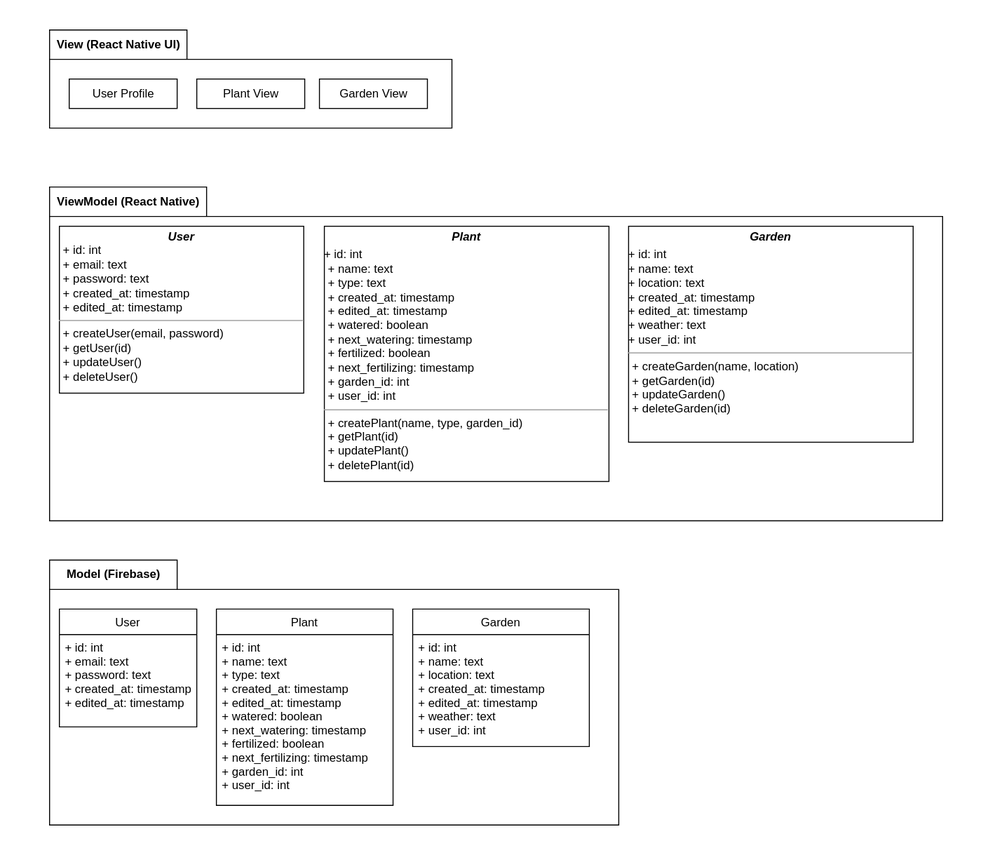
Earlier version of the draw.io export docs/assets/svg/architecturalDiagrams/logicalViewDiagram.drawio.svg (Green-Fingers-App/gardeningApp). Source tidied: cells renumbered, new cells last; positions are measured from the earlier drawing's top-left corner, leaving out a move shared by most shapes.
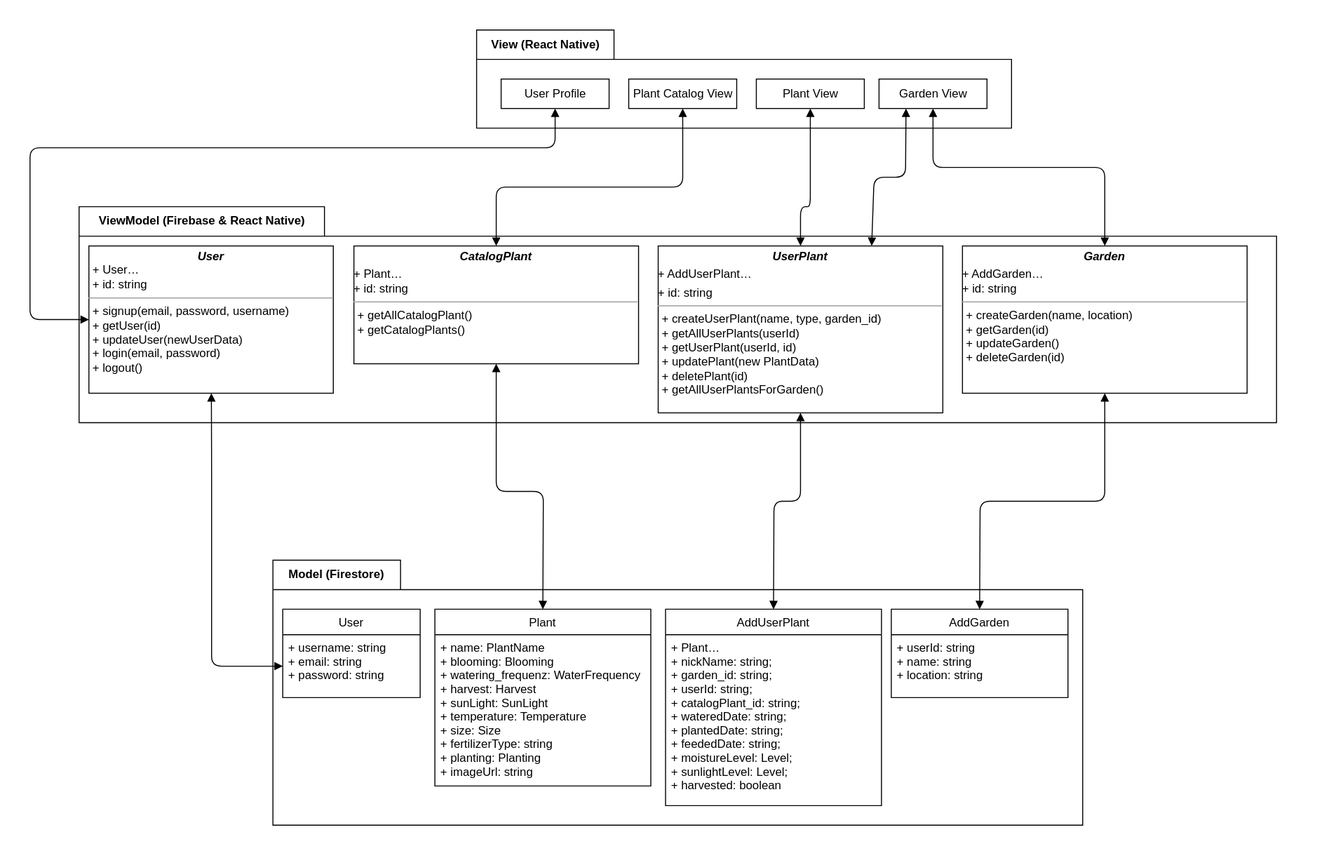
Later version of the same file.

Commit message:
Update Logical View Diagram and mvvm Diagram

The edit, as a diff of the source:
```diff
@@ -2,55 +2,140 @@
   <root>
     <mxCell id="0" />
     <mxCell id="1" parent="0" />
-    <mxCell id="2" style="rounded=0;whiteSpace=wrap;html=1;strokeColor=none;fillColor=#FFFFFF;" parent="1" vertex="1">
-      <mxGeometry width="1020" height="870" as="geometry" />
-    </mxCell>
+    <mxCell id="18" style="rounded=0;whiteSpace=wrap;html=1;strokeColor=none;fillColor=#FFFFFF;" parent="1" vertex="1">
+      <mxGeometry x="80" width="1360" height="880" as="geometry" />
+    </mxCell>
-    <mxCell id="3" value="&lt;font color=&quot;#000000&quot;&gt;View (React Native UI)&lt;/font&gt;" style="shape=folder;fontStyle=1;tabWidth=140;tabHeight=30;tabPosition=left;html=1;boundedLbl=1;labelInHeader=1;strokeColor=#000000;fillColor=#FFFFFF;" parent="1" vertex="1">
-      <mxGeometry x="50" y="30" width="410" height="100" as="geometry" />
+    <mxCell id="3" value="&lt;font color=&quot;#000000&quot;&gt;View (React Native)&lt;/font&gt;" style="shape=folder;fontStyle=1;tabWidth=140;tabHeight=30;tabPosition=left;html=1;boundedLbl=1;labelInHeader=1;strokeColor=#000000;fillColor=#FFFFFF;" parent="1" vertex="1">
+      <mxGeometry x="565" y="30" width="545" height="100" as="geometry" />
     </mxCell>
     <mxCell id="4" value="&lt;font color=&quot;#000000&quot;&gt;User Profile&lt;/font&gt;" style="html=1;strokeColor=#000000;fillColor=#FFFFFF;" parent="3" vertex="1">
       <mxGeometry width="110" height="30" relative="1" as="geometry">
-        <mxPoint x="20" y="50" as="offset" />
+        <mxPoint x="25" y="50" as="offset" />
       </mxGeometry>
     </mxCell>
     <mxCell id="5" value="&lt;font color=&quot;#000000&quot;&gt;Plant View&lt;/font&gt;" style="html=1;strokeColor=#000000;fillColor=#FFFFFF;" parent="3" vertex="1">
-      <mxGeometry x="150" y="50" width="110" height="30" as="geometry" />
+      <mxGeometry x="285" y="50" width="110" height="30" as="geometry" />
     </mxCell>
     <mxCell id="6" value="&lt;font color=&quot;#000000&quot;&gt;Garden View&lt;/font&gt;" style="html=1;strokeColor=#000000;fillColor=#FFFFFF;" parent="3" vertex="1">
-      <mxGeometry x="275" y="50" width="110" height="30" as="geometry" />
+      <mxGeometry x="410" y="50" width="110" height="30" as="geometry" />
     </mxCell>
+    <mxCell id="19" value="&lt;font color=&quot;#000000&quot;&gt;Plant Catalog View&lt;/font&gt;" style="html=1;strokeColor=#000000;fillColor=#FFFFFF;" parent="3" vertex="1">
+      <mxGeometry x="155" y="50" width="110" height="30" as="geometry" />
+    </mxCell>
-    <mxCell id="7" value="&lt;font color=&quot;#000000&quot;&gt;Model (Firebase)&lt;/font&gt;" style="shape=folder;fontStyle=1;tabWidth=130;tabHeight=30;tabPosition=left;html=1;boundedLbl=1;labelInHeader=1;strokeColor=#000000;fillColor=#FFFFFF;" parent="1" vertex="1">
-      <mxGeometry x="50" y="570" width="580" height="270" as="geometry" />
+    <mxCell id="7" value="&lt;font color=&quot;#000000&quot;&gt;Model (Firestore)&lt;/font&gt;" style="shape=folder;fontStyle=1;tabWidth=130;tabHeight=30;tabPosition=left;html=1;boundedLbl=1;labelInHeader=1;strokeColor=#000000;fillColor=#FFFFFF;" parent="1" vertex="1">
+      <mxGeometry x="357.5" y="570" width="825" height="270" as="geometry" />
     </mxCell>
     <mxCell id="8" value="User" style="swimlane;fontStyle=0;horizontal=1;startSize=26;fillColor=none;strokeColor=#000000;fontColor=#000000;" parent="7" vertex="1">
-      <mxGeometry x="10" y="50" width="140" height="120" as="geometry" />
+      <mxGeometry x="10" y="50" width="140" height="90" as="geometry" />
     </mxCell>
-    <mxCell id="9" value="+ id: int&#10;+ email: text&#10;+ password: text&#10;+ created_at: timestamp&#10;+ edited_at: timestamp" style="text;strokeColor=none;fillColor=none;align=left;verticalAlign=top;spacingLeft=4;spacingRight=4;overflow=hidden;points=[[0,0.5],[1,0.5]];portConstraint=eastwest;fontColor=#000000;" parent="8" vertex="1">
-      <mxGeometry y="26" width="140" height="94" as="geometry" />
+    <mxCell id="9" value="+ username: string&#10;+ email: string&#10;+ password: string" style="text;strokeColor=none;fillColor=none;align=left;verticalAlign=top;spacingLeft=4;spacingRight=4;overflow=hidden;points=[[0,0.5],[1,0.5]];portConstraint=eastwest;fontColor=#000000;" parent="8" vertex="1">
+      <mxGeometry y="26" width="140" height="64" as="geometry" />
     </mxCell>
     <mxCell id="10" value="Plant" style="swimlane;fontStyle=0;horizontal=1;startSize=26;fillColor=none;strokeColor=#000000;fontColor=#000000;" parent="7" vertex="1">
-      <mxGeometry x="170" y="50" width="180" height="200" as="geometry" />
+      <mxGeometry x="165" y="50" width="220" height="180" as="geometry" />
     </mxCell>
-    <mxCell id="11" value="+ id: int&#10;+ name: text&#10;+ type: text&#10;+ created_at: timestamp&#10;+ edited_at: timestamp&#10;+ watered: boolean&#10;+ next_watering: timestamp&#10;+ fertilized: boolean&#10;+ next_fertilizing: timestamp&#10;+ garden_id: int&#10;+ user_id: int" style="text;strokeColor=none;fillColor=none;align=left;verticalAlign=top;spacingLeft=4;spacingRight=4;overflow=hidden;fontColor=#000000;" parent="10" vertex="1">
-      <mxGeometry y="26" width="180" height="174" as="geometry" />
+    <mxCell id="11" value="+ name: PlantName&#10;+ blooming: Blooming&#10;+ watering_frequenz: WaterFrequency&#10;+ harvest: Harvest&#10;+ sunLight: SunLight&#10;+ temperature: Temperature&#10;+ size: Size&#10;+ fertilizerType: string&#10;+ planting: Planting&#10;+ imageUrl: string" style="text;strokeColor=none;fillColor=none;align=left;verticalAlign=top;spacingLeft=4;spacingRight=4;overflow=hidden;fontColor=#000000;" parent="10" vertex="1">
+      <mxGeometry y="26" width="220" height="154" as="geometry" />
     </mxCell>
-    <mxCell id="12" value="Garden" style="swimlane;fontStyle=0;horizontal=1;startSize=26;fillColor=none;strokeColor=#000000;fontColor=#000000;" parent="7" vertex="1">
-      <mxGeometry x="370" y="50" width="180" height="140" as="geometry" />
+    <mxCell id="12" value="AddGarden" style="swimlane;fontStyle=0;horizontal=1;startSize=26;fillColor=none;strokeColor=#000000;fontColor=#000000;" parent="7" vertex="1">
+      <mxGeometry x="630" y="50" width="180" height="90" as="geometry" />
     </mxCell>
-    <mxCell id="13" value="+ id: int&#10;+ name: text&#10;+ location: text&#10;+ created_at: timestamp&#10;+ edited_at: timestamp&#10;+ weather: text&#10;+ user_id: int" style="text;strokeColor=none;fillColor=none;align=left;verticalAlign=top;spacingLeft=4;spacingRight=4;overflow=hidden;fontColor=#000000;" parent="12" vertex="1">
-      <mxGeometry y="26" width="180" height="114" as="geometry" />
+    <mxCell id="13" value="+ userId: string&#10;+ name: string&#10;+ location: string" style="text;strokeColor=none;fillColor=none;align=left;verticalAlign=top;spacingLeft=4;spacingRight=4;overflow=hidden;fontColor=#000000;" parent="12" vertex="1">
+      <mxGeometry y="26" width="180" height="64" as="geometry" />
     </mxCell>
+    <mxCell id="20" value="AddUserPlant" style="swimlane;fontStyle=0;horizontal=1;startSize=26;fillColor=none;strokeColor=#000000;fontColor=#000000;" parent="7" vertex="1">
+      <mxGeometry x="400" y="50" width="220" height="200" as="geometry" />
+    </mxCell>
+    <mxCell id="21" value=" + Plant…&#10; + nickName: string;&#10; + garden_id: string;&#10; + userId: string;&#10; + catalogPlant_id: string;&#10; + wateredDate: string;&#10; + plantedDate: string;&#10; + feededDate: string;&#10; + moistureLevel: Level;&#10; + sunlightLevel: Level;&#10; + harvested: boolean" style="text;strokeColor=none;fillColor=none;align=left;verticalAlign=top;spacingLeft=4;spacingRight=4;overflow=hidden;fontColor=#000000;" parent="20" vertex="1">
+      <mxGeometry y="26" width="220" height="174" as="geometry" />
+    </mxCell>
-    <mxCell id="14" value="&lt;font color=&quot;#000000&quot;&gt;ViewModel (React Native)&lt;/font&gt;" style="shape=folder;fontStyle=1;tabWidth=160;tabHeight=30;tabPosition=left;html=1;boundedLbl=1;labelInHeader=1;strokeColor=#000000;fillColor=#FFFFFF;" parent="1" vertex="1">
-      <mxGeometry x="50" y="190" width="910" height="340" as="geometry" />
+    <mxCell id="14" value="&lt;font color=&quot;#000000&quot;&gt;ViewModel (Firebase &amp;amp; React Native)&lt;/font&gt;" style="shape=folder;fontStyle=1;tabWidth=250;tabHeight=30;tabPosition=left;html=1;boundedLbl=1;labelInHeader=1;strokeColor=#000000;fillColor=#FFFFFF;" parent="1" vertex="1">
+      <mxGeometry x="160" y="210" width="1220" height="220" as="geometry" />
     </mxCell>
-    <mxCell id="15" value="&lt;p style=&quot;margin:0px;margin-top:4px;text-align:center;&quot;&gt;&lt;i&gt;&lt;b&gt;User&lt;/b&gt;&lt;/i&gt;&lt;br&gt;&lt;/p&gt;&lt;p style=&quot;margin:0px;margin-left:4px;&quot;&gt;+ id: int&lt;br&gt;+ email: text&lt;/p&gt;&lt;p style=&quot;margin:0px;margin-left:4px;&quot;&gt;+ password: text&lt;/p&gt;&lt;p style=&quot;margin:0px;margin-left:4px;&quot;&gt;+ created_at: timestamp&lt;/p&gt;&lt;p style=&quot;margin:0px;margin-left:4px;&quot;&gt;+ edited_at: timestamp&lt;/p&gt;&lt;hr size=&quot;1&quot;&gt;&lt;p style=&quot;margin:0px;margin-left:4px;&quot;&gt;+ createUser(email, password)&lt;/p&gt;&lt;p style=&quot;margin:0px;margin-left:4px;&quot;&gt;+ getUser(id)&lt;/p&gt;&lt;p style=&quot;margin:0px;margin-left:4px;&quot;&gt;+ updateUser()&lt;/p&gt;&lt;p style=&quot;margin:0px;margin-left:4px;&quot;&gt;+ deleteUser()&lt;/p&gt;" style="verticalAlign=top;align=left;overflow=fill;fontSize=12;fontFamily=Helvetica;html=1;strokeColor=#000000;fontColor=#000000;fillColor=#FFFFFF;" parent="14" vertex="1">
-      <mxGeometry x="10" y="40" width="249" height="170" as="geometry" />
+    <mxCell id="15" value="&lt;p style=&quot;margin:0px;margin-top:4px;text-align:center;&quot;&gt;&lt;i&gt;&lt;b&gt;User&lt;/b&gt;&lt;/i&gt;&lt;br&gt;&lt;/p&gt;&lt;p style=&quot;margin:0px;margin-left:4px;&quot;&gt;+ User…&lt;/p&gt;&lt;p style=&quot;margin:0px;margin-left:4px;&quot;&gt;+ id: string&lt;br&gt;&lt;/p&gt;&lt;hr size=&quot;1&quot;&gt;&lt;p style=&quot;margin:0px;margin-left:4px;&quot;&gt;+ signup(email, password, username)&lt;/p&gt;&lt;p style=&quot;margin:0px;margin-left:4px;&quot;&gt;+ getUser(id)&lt;/p&gt;&lt;p style=&quot;margin:0px;margin-left:4px;&quot;&gt;+ updateUser(newUserData)&lt;/p&gt;&lt;p style=&quot;margin:0px;margin-left:4px;&quot;&gt;+ login(email, password)&lt;/p&gt;&lt;p style=&quot;margin:0px;margin-left:4px;&quot;&gt;+ logout()&lt;/p&gt;" style="verticalAlign=top;align=left;overflow=fill;fontSize=12;fontFamily=Helvetica;html=1;strokeColor=#000000;fontColor=#000000;fillColor=#FFFFFF;" parent="14" vertex="1">
+      <mxGeometry x="10" y="40" width="249" height="150" as="geometry" />
     </mxCell>
-    <mxCell id="16" value="&lt;p style=&quot;margin:0px;margin-top:4px;text-align:center;&quot;&gt;&lt;span style=&quot;background-color: initial; text-align: left;&quot;&gt;&lt;b&gt;&lt;i&gt;Plant&lt;/i&gt;&lt;/b&gt;&lt;/span&gt;&lt;/p&gt;&lt;p style=&quot;margin: 4px 0px 0px;&quot;&gt;&lt;span style=&quot;background-color: initial;&quot;&gt;&amp;nbsp;+ id: int&lt;/span&gt;&lt;br&gt;&lt;/p&gt;&lt;p style=&quot;margin:0px;margin-left:4px;&quot;&gt;+ name: text&lt;/p&gt;&lt;p style=&quot;margin:0px;margin-left:4px;&quot;&gt;+ type: text&lt;/p&gt;&lt;p style=&quot;margin:0px;margin-left:4px;&quot;&gt;+ created_at: timestamp&lt;/p&gt;&lt;p style=&quot;margin:0px;margin-left:4px;&quot;&gt;+ edited_at: timestamp&lt;/p&gt;&lt;p style=&quot;margin:0px;margin-left:4px;&quot;&gt;+ watered: boolean&lt;/p&gt;&lt;p style=&quot;margin:0px;margin-left:4px;&quot;&gt;+ next_watering: timestamp&lt;/p&gt;&lt;p style=&quot;margin:0px;margin-left:4px;&quot;&gt;+ fertilized: boolean&lt;/p&gt;&lt;p style=&quot;margin:0px;margin-left:4px;&quot;&gt;+ next_fertilizing: timestamp&lt;/p&gt;&lt;p style=&quot;margin:0px;margin-left:4px;&quot;&gt;+ garden_id: int&lt;/p&gt;&lt;p style=&quot;margin:0px;margin-left:4px;&quot;&gt;+ user_id: int&lt;br&gt;&lt;/p&gt;&lt;hr size=&quot;1&quot;&gt;&lt;p style=&quot;margin:0px;margin-left:4px;&quot;&gt;+ createPlant(name, type, garden_id)&lt;/p&gt;&lt;p style=&quot;margin:0px;margin-left:4px;&quot;&gt;+ getPlant(id)&lt;/p&gt;&lt;p style=&quot;margin:0px;margin-left:4px;&quot;&gt;+ updatePlant()&lt;/p&gt;&lt;p style=&quot;margin:0px;margin-left:4px;&quot;&gt;+ deletePlant(id)&lt;/p&gt;" style="verticalAlign=top;align=left;overflow=fill;fontSize=12;fontFamily=Helvetica;html=1;strokeColor=#000000;fontColor=#000000;fillColor=#FFFFFF;" parent="14" vertex="1">
-      <mxGeometry x="280" y="40" width="290" height="260" as="geometry" />
+    <mxCell id="16" value="&lt;p style=&quot;margin:0px;margin-top:4px;text-align:center;&quot;&gt;&lt;span style=&quot;background-color: initial; text-align: left;&quot;&gt;&lt;b&gt;&lt;i&gt;UserPlant&lt;/i&gt;&lt;/b&gt;&lt;/span&gt;&lt;/p&gt;&lt;p style=&quot;margin: 4px 0px 0px;&quot;&gt;&lt;span style=&quot;background-color: initial;&quot;&gt;&amp;nbsp;+ AddUserPlant…&lt;/span&gt;&lt;/p&gt;&lt;p style=&quot;margin: 4px 0px 0px;&quot;&gt;&lt;span style=&quot;background-color: initial;&quot;&gt;&amp;nbsp;+ id: string&lt;/span&gt;&lt;/p&gt;&lt;hr size=&quot;1&quot;&gt;&lt;p style=&quot;margin:0px;margin-left:4px;&quot;&gt;+ createUserPlant(name, type, garden_id)&lt;/p&gt;&lt;p style=&quot;margin:0px;margin-left:4px;&quot;&gt;+ getAllUserPlants(userId)&lt;br&gt;&lt;/p&gt;&lt;p style=&quot;margin:0px;margin-left:4px;&quot;&gt;+ getUserPlant(userId, id)&lt;/p&gt;&lt;p style=&quot;margin:0px;margin-left:4px;&quot;&gt;+ updatePlant(new PlantData)&lt;/p&gt;&lt;p style=&quot;margin:0px;margin-left:4px;&quot;&gt;+ deletePlant(id)&lt;/p&gt;&lt;p style=&quot;margin:0px;margin-left:4px;&quot;&gt;+ getAllUserPlantsForGarden()&lt;/p&gt;" style="verticalAlign=top;align=left;overflow=fill;fontSize=12;fontFamily=Helvetica;html=1;strokeColor=#000000;fontColor=#000000;fillColor=#FFFFFF;" parent="14" vertex="1">
+      <mxGeometry x="590" y="40" width="290" height="170" as="geometry" />
     </mxCell>
-    <mxCell id="17" value="&lt;p style=&quot;margin:0px;margin-top:4px;text-align:center;&quot;&gt;&lt;span style=&quot;background-color: initial; text-align: left;&quot;&gt;&lt;b&gt;&lt;i&gt;Garden&lt;/i&gt;&lt;/b&gt;&lt;/span&gt;&lt;/p&gt;&lt;p style=&quot;margin: 4px 0px 0px;&quot;&gt;&lt;span style=&quot;background-color: initial;&quot;&gt;&amp;nbsp;&lt;/span&gt;&lt;/p&gt;&amp;nbsp;+ id: int&lt;br style=&quot;padding: 0px; margin: 0px;&quot;&gt;&amp;nbsp;+ name: text&lt;br style=&quot;padding: 0px; margin: 0px;&quot;&gt;&amp;nbsp;+ location: text&lt;br style=&quot;padding: 0px; margin: 0px;&quot;&gt;&amp;nbsp;+ created_at: timestamp&lt;br style=&quot;padding: 0px; margin: 0px;&quot;&gt;&amp;nbsp;+ edited_at: timestamp&lt;br style=&quot;padding: 0px; margin: 0px;&quot;&gt;&amp;nbsp;+ weather: text&lt;br style=&quot;padding: 0px; margin: 0px;&quot;&gt;&amp;nbsp;+ user_id: int&lt;hr size=&quot;1&quot;&gt;&lt;p style=&quot;margin:0px;margin-left:4px;&quot;&gt;+ createGarden(name, location)&lt;/p&gt;&lt;p style=&quot;margin:0px;margin-left:4px;&quot;&gt;+ getGarden(id)&lt;/p&gt;&lt;p style=&quot;margin:0px;margin-left:4px;&quot;&gt;+ updateGarden()&lt;/p&gt;&lt;p style=&quot;margin:0px;margin-left:4px;&quot;&gt;+ deleteGarden(id)&lt;/p&gt;" style="verticalAlign=top;align=left;overflow=fill;fontSize=12;fontFamily=Helvetica;html=1;strokeColor=#000000;fontColor=#000000;fillColor=#FFFFFF;" parent="14" vertex="1">
-      <mxGeometry x="590" y="40" width="290" height="220" as="geometry" />
+    <mxCell id="17" value="&lt;p style=&quot;margin:0px;margin-top:4px;text-align:center;&quot;&gt;&lt;span style=&quot;background-color: initial; text-align: left;&quot;&gt;&lt;b&gt;&lt;i&gt;Garden&lt;/i&gt;&lt;/b&gt;&lt;/span&gt;&lt;/p&gt;&lt;p style=&quot;margin: 4px 0px 0px;&quot;&gt;&lt;span style=&quot;background-color: initial;&quot;&gt;&amp;nbsp;&lt;/span&gt;&lt;/p&gt;&amp;nbsp;+ AddGarden…&lt;br&gt;&amp;nbsp;+ id: string&lt;br&gt;&lt;hr size=&quot;1&quot;&gt;&lt;p style=&quot;margin:0px;margin-left:4px;&quot;&gt;+ createGarden(name, location)&lt;/p&gt;&lt;p style=&quot;margin:0px;margin-left:4px;&quot;&gt;+ getGarden(id)&lt;/p&gt;&lt;p style=&quot;margin:0px;margin-left:4px;&quot;&gt;+ updateGarden()&lt;/p&gt;&lt;p style=&quot;margin:0px;margin-left:4px;&quot;&gt;+ deleteGarden(id)&lt;/p&gt;" style="verticalAlign=top;align=left;overflow=fill;fontSize=12;fontFamily=Helvetica;html=1;strokeColor=#000000;fontColor=#000000;fillColor=#FFFFFF;" parent="14" vertex="1">
+      <mxGeometry x="900" y="40" width="290" height="150" as="geometry" />
     </mxCell>
+    <mxCell id="22" value="&lt;p style=&quot;margin:0px;margin-top:4px;text-align:center;&quot;&gt;&lt;span style=&quot;background-color: initial; text-align: left;&quot;&gt;&lt;b&gt;&lt;i&gt;CatalogPlant&lt;/i&gt;&lt;/b&gt;&lt;/span&gt;&lt;/p&gt;&lt;p style=&quot;margin: 4px 0px 0px;&quot;&gt;&lt;span style=&quot;background-color: initial;&quot;&gt;&amp;nbsp;&lt;/span&gt;&lt;/p&gt;&amp;nbsp;+ Plant…&lt;br&gt;&amp;nbsp;+ id: string&lt;br&gt;&lt;hr size=&quot;1&quot;&gt;&lt;p style=&quot;margin:0px;margin-left:4px;&quot;&gt;+ getAllCatalogPlant()&lt;br&gt;&lt;/p&gt;&lt;p style=&quot;margin:0px;margin-left:4px;&quot;&gt;+ getCatalogPlants()&lt;/p&gt;" style="verticalAlign=top;align=left;overflow=fill;fontSize=12;fontFamily=Helvetica;html=1;strokeColor=#000000;fontColor=#000000;fillColor=#FFFFFF;" parent="14" vertex="1">
+      <mxGeometry x="280" y="40" width="290" height="120" as="geometry" />
+    </mxCell>
+    <mxCell id="23" style="edgeStyle=none;html=1;entryX=0;entryY=0.5;entryDx=0;entryDy=0;strokeColor=#000000;startArrow=block;startFill=1;endArrow=block;endFill=1;" parent="1" edge="1" source="15" target="9">
+      <mxGeometry relative="1" as="geometry">
+        <Array as="points">
+          <mxPoint x="295" y="470" />
+          <mxPoint x="295" y="678" />
+        </Array>
+      </mxGeometry>
+    </mxCell>
+    <mxCell id="24" style="edgeStyle=none;html=1;entryX=0.5;entryY=0;entryDx=0;entryDy=0;strokeColor=#000000;startArrow=block;startFill=1;endArrow=block;endFill=1;" parent="1" edge="1" source="22" target="10">
+      <mxGeometry relative="1" as="geometry">
+        <Array as="points">
+          <mxPoint x="585" y="500" />
+          <mxPoint x="633" y="500" />
+        </Array>
+      </mxGeometry>
+    </mxCell>
+    <mxCell id="25" style="edgeStyle=none;html=1;exitX=0.5;exitY=1;exitDx=0;exitDy=0;entryX=0.5;entryY=0;entryDx=0;entryDy=0;strokeColor=#000000;startArrow=block;startFill=1;endArrow=block;endFill=1;" parent="1" edge="1" source="16" target="20">
+      <mxGeometry relative="1" as="geometry">
+        <Array as="points">
+          <mxPoint x="895" y="510" />
+          <mxPoint x="868" y="510" />
+        </Array>
+      </mxGeometry>
+    </mxCell>
+    <mxCell id="26" style="edgeStyle=none;html=1;exitX=0.5;exitY=0;exitDx=0;exitDy=0;entryX=0.5;entryY=1;entryDx=0;entryDy=0;strokeColor=#000000;startArrow=block;startFill=1;endArrow=block;endFill=1;" parent="1" edge="1" source="12" target="17">
+      <mxGeometry relative="1" as="geometry">
+        <Array as="points">
+          <mxPoint x="1078" y="510" />
+          <mxPoint x="1205" y="510" />
+        </Array>
+      </mxGeometry>
+    </mxCell>
+    <mxCell id="27" style="edgeStyle=none;html=1;entryX=0.5;entryY=1;entryDx=0;entryDy=0;strokeColor=#000000;startArrow=block;startFill=1;endArrow=block;endFill=1;exitX=0;exitY=0.5;exitDx=0;exitDy=0;" parent="1" edge="1" source="15" target="4">
+      <mxGeometry relative="1" as="geometry">
+        <Array as="points">
+          <mxPoint x="110" y="325" />
+          <mxPoint x="110" y="150" />
+          <mxPoint x="645" y="150" />
+        </Array>
+      </mxGeometry>
+    </mxCell>
+    <mxCell id="28" style="edgeStyle=none;html=1;entryX=0.5;entryY=1;entryDx=0;entryDy=0;strokeColor=#000000;startArrow=block;startFill=1;endArrow=block;endFill=1;exitX=0.5;exitY=0;exitDx=0;exitDy=0;" parent="1" edge="1" source="22" target="19">
+      <mxGeometry relative="1" as="geometry">
+        <Array as="points">
+          <mxPoint x="585" y="190" />
+          <mxPoint x="775" y="190" />
+        </Array>
+      </mxGeometry>
+    </mxCell>
+    <mxCell id="29" style="edgeStyle=none;html=1;entryX=0.5;entryY=1;entryDx=0;entryDy=0;strokeColor=#000000;startArrow=block;startFill=1;endArrow=block;endFill=1;" parent="1" edge="1" source="16" target="5">
+      <mxGeometry relative="1" as="geometry">
+        <Array as="points">
+          <mxPoint x="895" y="210" />
+          <mxPoint x="905" y="210" />
+        </Array>
+      </mxGeometry>
+    </mxCell>
+    <mxCell id="30" style="edgeStyle=none;html=1;entryX=0.5;entryY=0;entryDx=0;entryDy=0;strokeColor=#000000;startArrow=block;startFill=1;endArrow=block;endFill=1;" parent="1" edge="1" source="6" target="17">
+      <mxGeometry relative="1" as="geometry">
+        <Array as="points">
+          <mxPoint x="1030" y="170" />
+          <mxPoint x="1205" y="170" />
+        </Array>
+      </mxGeometry>
+    </mxCell>
+    <mxCell id="31" style="edgeStyle=none;html=1;entryX=0.25;entryY=1;entryDx=0;entryDy=0;strokeColor=#000000;startArrow=block;startFill=1;endArrow=block;endFill=1;exitX=0.75;exitY=0;exitDx=0;exitDy=0;" parent="1" edge="1" source="16" target="6">
+      <mxGeometry relative="1" as="geometry">
+        <Array as="points">
+          <mxPoint x="970" y="180" />
+          <mxPoint x="1002" y="180" />
+        </Array>
+      </mxGeometry>
+    </mxCell>
   </root>
 </mxGraphModel>
```
